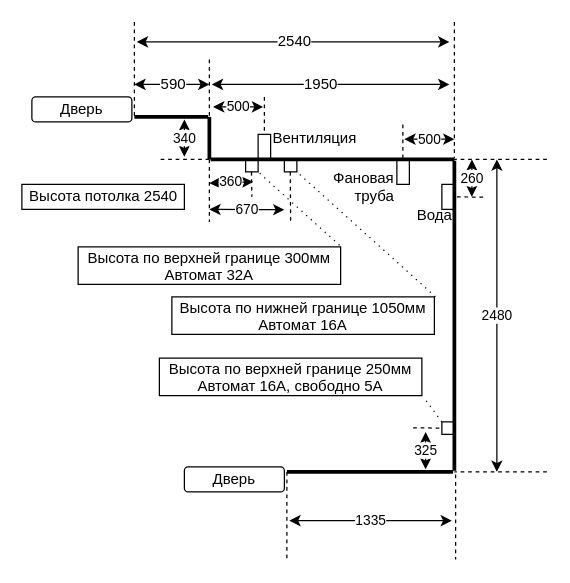
The draw.io diagram kitchen.drawio in 7ak/draw.io, before the edit. Source tidied: cells renumbered, new cells numbered last; positions are measured from the earlier drawing's top-left corner, leaving out a move shared by most shapes. Both pictures are drawn from the tidied source at 125%, with x=0, y=0 at pixel (21, 21).
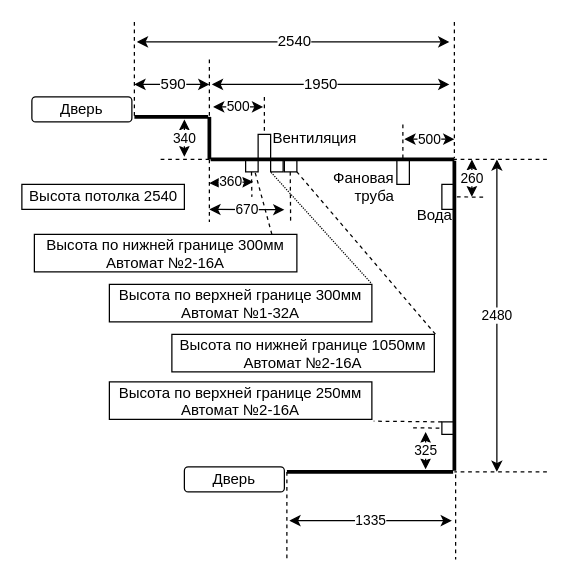
Above is the later version.

The change refers to these unchanged cells:
```xml
<mxCell id="36" style="rounded=0;whiteSpace=wrap;html=1;fillColor=none;labelPosition=right;verticalLabelPosition=middle;align=left;verticalAlign=middle;spacingLeft=0;spacingTop=11;fontSize=10;" parent="1" vertex="1">
  <mxGeometry x="179" y="110" width="10" height="10" as="geometry" />
</mxCell>
<mxCell id="40" style="rounded=0;whiteSpace=wrap;html=1;fillColor=none;labelPosition=right;verticalLabelPosition=middle;align=left;verticalAlign=middle;spacingLeft=0;spacingTop=41;" parent="1" vertex="1">
  <mxGeometry x="210" y="110" width="10" height="10" as="geometry" />
</mxCell>
<mxCell id="47" style="rounded=0;whiteSpace=wrap;html=1;fillColor=none;labelPosition=right;verticalLabelPosition=middle;align=left;verticalAlign=middle;spacingLeft=0;spacingTop=41;" parent="1" vertex="1">
  <mxGeometry x="336" y="320" width="10" height="10" as="geometry" />
</mxCell>
```

What changed in the source:
```diff
@@
-    <mxCell id="41" value="Высота по верхней границе 300мм&#10;Автомат 32А" style="text;align=center;verticalAlign=middle;points=[];fontSize=12;strokeColor=#000000;" parent="1" vertex="1">
-      <mxGeometry x="45" y="180" width="210" height="30" as="geometry" />
+    <mxCell id="41" value="Высота по верхней границе 300мм&#10;Автомат №1-32А" style="text;align=center;verticalAlign=middle;points=[];fontSize=12;strokeColor=#000000;" parent="1" vertex="1">
+      <mxGeometry x="70" y="210" width="210" height="30" as="geometry" />
     </mxCell>
-    <mxCell id="42" value="Высота по нижней границе 1050мм&#10;Автомат 16А" style="text;align=center;verticalAlign=middle;points=[];fontSize=12;strokeColor=#000000;" parent="1" vertex="1">
-      <mxGeometry x="120" y="220" width="210" height="30" as="geometry" />
+    <mxCell id="42" value="Высота по нижней границе 1050мм&#10;Автомат №2-16А" style="text;align=center;verticalAlign=middle;points=[];fontSize=12;strokeColor=#000000;" parent="1" vertex="1">
+      <mxGeometry x="120" y="250" width="210" height="30" as="geometry" />
     </mxCell>
@@
-    <mxCell id="45" style="endArrow=none;html=1;fontSize=12;entryX=1;entryY=1;entryDx=0;entryDy=0;exitX=0.996;exitY=-0.043;exitDx=0;exitDy=0;exitPerimeter=0;dashed=1;dashPattern=1 4;" parent="1" edge="1" source="41" target="36">
+    <mxCell id="45" style="endArrow=none;html=1;fontSize=12;entryX=0;entryY=1;entryDx=0;entryDy=0;exitX=0.996;exitY=-0.043;exitDx=0;exitDy=0;exitPerimeter=0;dashed=1;dashPattern=1 1;" parent="1" edge="1" source="41" target="52">
       <mxGeometry relative="1" as="geometry" />
     </mxCell>
-    <mxCell id="46" style="endArrow=none;html=1;fontSize=12;entryX=1;entryY=1;entryDx=0;entryDy=0;exitX=1.004;exitY=-0.005;exitDx=0;exitDy=0;exitPerimeter=0;dashed=1;dashPattern=1 4;" parent="1" edge="1" source="42" target="40">
+    <mxCell id="46" style="endArrow=none;html=1;fontSize=12;entryX=1;entryY=1;entryDx=0;entryDy=0;exitX=1.004;exitY=-0.005;exitDx=0;exitDy=0;exitPerimeter=0;dashed=1;" parent="1" edge="1" source="42" target="40">
       <mxGeometry relative="1" as="geometry" />
     </mxCell>
@@
-    <mxCell id="48" value="Высота по верхней границе 250мм&#10;Автомат 16А, свободно 5А" style="text;align=center;verticalAlign=middle;points=[];fontSize=12;strokeColor=#000000;" parent="1" vertex="1">
-      <mxGeometry x="110" y="269" width="210" height="30" as="geometry" />
+    <mxCell id="48" value="Высота по верхней границе 250мм&#10;Автомат №2-16А" style="text;align=center;verticalAlign=middle;points=[];fontSize=12;strokeColor=#000000;" parent="1" vertex="1">
+      <mxGeometry x="70" y="288" width="210" height="30" as="geometry" />
     </mxCell>
@@
-    <mxCell id="50" style="endArrow=none;html=1;fontSize=12;entryX=1.007;entryY=1.048;entryDx=0;entryDy=0;exitX=0;exitY=0;exitDx=0;exitDy=0;dashed=1;dashPattern=1 4;entryPerimeter=0;" parent="1" edge="1" source="47" target="48">
+    <mxCell id="50" style="endArrow=none;html=1;fontSize=12;entryX=1.007;entryY=1.048;entryDx=0;entryDy=0;exitX=0;exitY=0;exitDx=0;exitDy=0;dashed=1;entryPerimeter=0;" parent="1" edge="1" source="47" target="48">
       <mxGeometry relative="1" as="geometry" />
     </mxCell>
@@
+    <mxCell id="52" style="rounded=0;whiteSpace=wrap;html=1;fillColor=none;labelPosition=right;verticalLabelPosition=middle;align=left;verticalAlign=middle;spacingLeft=0;spacingTop=11;fontSize=10;" parent="1" vertex="1">
+      <mxGeometry x="199" y="110" width="10" height="10" as="geometry" />
+    </mxCell>
+    <mxCell id="53" style="endArrow=none;html=1;fontSize=12;entryX=0.75;entryY=1;entryDx=0;entryDy=0;dashed=1;" parent="1" edge="1" target="36">
+      <mxGeometry relative="1" as="geometry">
+        <mxPoint x="200" y="170" as="sourcePoint" />
+      </mxGeometry>
+    </mxCell>
+    <mxCell id="54" value="Высота по нижней границе 300мм&#10;Автомат №2-16А" style="text;align=center;verticalAlign=middle;fontSize=12;strokeColor=#000000;" parent="1" vertex="1">
+      <mxGeometry x="10" y="170" width="210" height="30" as="geometry" />
+    </mxCell>
```
